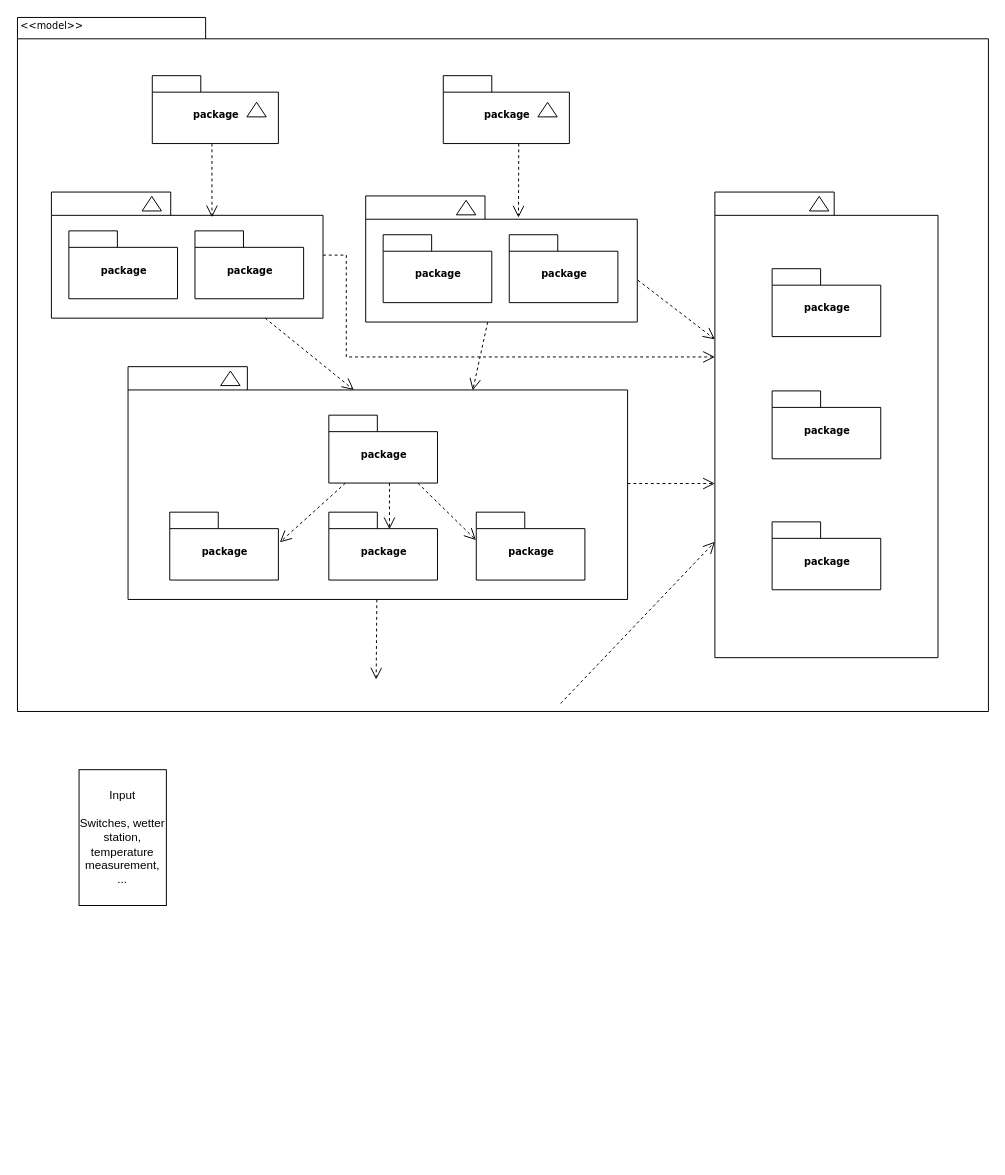
This is docs/drawio/first_try.drawio from alexkratzer/autohomestack, a draw.io file, before an edit. Source tidied: cells renumbered, new cells numbered last; positions are measured from the earlier drawing's top-left corner, leaving out a move shared by most shapes. Both pictures are drawn from the tidied source at 97%, with x=0, y=0 at pixel (16, 16). Pictures stored in the file or linked from it are replaced by grey dashed boxes.
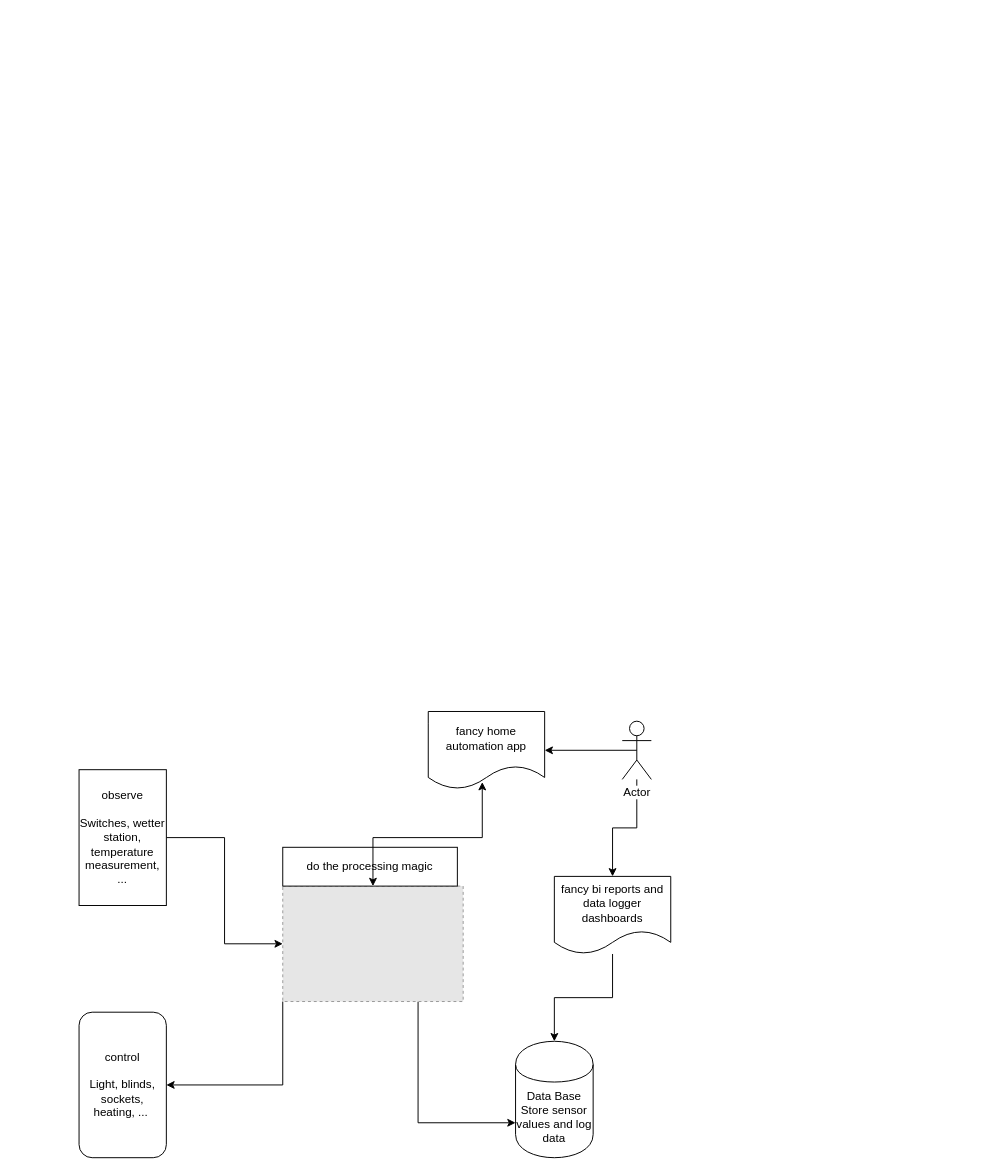
The same diagram, later.

What changed in the source:
```diff
@@
-    <mxCell id="2" style="shape=folder;fontStyle=1;spacingTop=10;tabWidth=194;tabHeight=22;tabPosition=left;html=1;rounded=0;shadow=0;comic=0;labelBackgroundColor=none;strokeWidth=1;fillColor=none;fontFamily=Verdana;fontSize=10;align=center;" parent="1" vertex="1">
-      <mxGeometry x="0.5" y="0.5" width="1001" height="715.5" as="geometry" />
-    </mxCell>
-    <mxCell id="3" style="group;" parent="1" vertex="1">
-      <mxGeometry x="139.5" y="60.5" width="130" height="70" as="geometry" />
-    </mxCell>
-    <mxCell id="4" value="package" style="shape=folder;fontStyle=1;spacingTop=10;tabWidth=50;tabHeight=17;tabPosition=left;html=1;rounded=0;shadow=0;comic=0;labelBackgroundColor=none;strokeWidth=1;fontFamily=Verdana;fontSize=10;align=center;" parent="3" vertex="1">
-      <mxGeometry width="130" height="70" as="geometry" />
-    </mxCell>
-    <mxCell id="5" style="triangle;whiteSpace=wrap;html=1;rounded=0;shadow=0;comic=0;labelBackgroundColor=none;strokeWidth=1;fontFamily=Verdana;fontSize=10;align=center;rotation=-90;" parent="3" vertex="1">
-      <mxGeometry x="100" y="25" width="15" height="20" as="geometry" />
-    </mxCell>
-    <mxCell id="6" style="group;" parent="1" vertex="1">
-      <mxGeometry x="439.5" y="60.5" width="130" height="70" as="geometry" />
-    </mxCell>
-    <mxCell id="7" value="package" style="shape=folder;fontStyle=1;spacingTop=10;tabWidth=50;tabHeight=17;tabPosition=left;html=1;rounded=0;shadow=0;comic=0;labelBackgroundColor=none;strokeWidth=1;fontFamily=Verdana;fontSize=10;align=center;" parent="6" vertex="1">
-      <mxGeometry width="130" height="70" as="geometry" />
-    </mxCell>
-    <mxCell id="8" style="triangle;whiteSpace=wrap;html=1;rounded=0;shadow=0;comic=0;labelBackgroundColor=none;strokeWidth=1;fontFamily=Verdana;fontSize=10;align=center;rotation=-90;" parent="6" vertex="1">
-      <mxGeometry x="100" y="25" width="15" height="20" as="geometry" />
-    </mxCell>
-    <mxCell id="9" style="group;" parent="1" vertex="1">
-      <mxGeometry x="35.5" y="180.5" width="280" height="130" as="geometry" />
-    </mxCell>
-    <mxCell id="10" style="shape=folder;fontStyle=1;spacingTop=10;tabWidth=123;tabHeight=24;tabPosition=left;html=1;rounded=0;shadow=0;comic=0;labelBackgroundColor=none;strokeWidth=1;fontFamily=Verdana;fontSize=10;align=center;" parent="9" vertex="1">
-      <mxGeometry width="280" height="130" as="geometry" />
-    </mxCell>
-    <mxCell id="11" style="triangle;whiteSpace=wrap;html=1;rounded=0;shadow=0;comic=0;labelBackgroundColor=none;strokeWidth=1;fontFamily=Verdana;fontSize=10;align=center;rotation=-90;" parent="9" vertex="1">
-      <mxGeometry x="96" y="2" width="15" height="20" as="geometry" />
-    </mxCell>
-    <mxCell id="12" value="package" style="shape=folder;fontStyle=1;spacingTop=10;tabWidth=50;tabHeight=17;tabPosition=left;html=1;rounded=0;shadow=0;comic=0;labelBackgroundColor=none;strokeWidth=1;fontFamily=Verdana;fontSize=10;align=center;" parent="9" vertex="1">
-      <mxGeometry x="18" y="40" width="112" height="70" as="geometry" />
-    </mxCell>
-    <mxCell id="13" value="package" style="shape=folder;fontStyle=1;spacingTop=10;tabWidth=50;tabHeight=17;tabPosition=left;html=1;rounded=0;shadow=0;comic=0;labelBackgroundColor=none;strokeWidth=1;fontFamily=Verdana;fontSize=10;align=center;" parent="9" vertex="1">
-      <mxGeometry x="148" y="40" width="112" height="70" as="geometry" />
-    </mxCell>
-    <mxCell id="14" style="group;" parent="1" vertex="1">
-      <mxGeometry x="359.5" y="184.5" width="280" height="130" as="geometry" />
-    </mxCell>
-    <mxCell id="15" style="shape=folder;fontStyle=1;spacingTop=10;tabWidth=123;tabHeight=24;tabPosition=left;html=1;rounded=0;shadow=0;comic=0;labelBackgroundColor=none;strokeWidth=1;fontFamily=Verdana;fontSize=10;align=center;" parent="14" vertex="1">
-      <mxGeometry width="280" height="130" as="geometry" />
-    </mxCell>
-    <mxCell id="16" style="triangle;whiteSpace=wrap;html=1;rounded=0;shadow=0;comic=0;labelBackgroundColor=none;strokeWidth=1;fontFamily=Verdana;fontSize=10;align=center;rotation=-90;" parent="14" vertex="1">
-      <mxGeometry x="96" y="2" width="15" height="20" as="geometry" />
-    </mxCell>
-    <mxCell id="17" value="package" style="shape=folder;fontStyle=1;spacingTop=10;tabWidth=50;tabHeight=17;tabPosition=left;html=1;rounded=0;shadow=0;comic=0;labelBackgroundColor=none;strokeWidth=1;fontFamily=Verdana;fontSize=10;align=center;" parent="14" vertex="1">
-      <mxGeometry x="18" y="40" width="112" height="70" as="geometry" />
-    </mxCell>
-    <mxCell id="18" value="package" style="shape=folder;fontStyle=1;spacingTop=10;tabWidth=50;tabHeight=17;tabPosition=left;html=1;rounded=0;shadow=0;comic=0;labelBackgroundColor=none;strokeWidth=1;fontFamily=Verdana;fontSize=10;align=center;" parent="14" vertex="1">
-      <mxGeometry x="148" y="40" width="112" height="70" as="geometry" />
-    </mxCell>
-    <mxCell id="19" style="group;" parent="1" vertex="1">
-      <mxGeometry x="719.5" y="180.5" width="230" height="480" as="geometry" />
-    </mxCell>
-    <mxCell id="20" style="group;" parent="19" vertex="1">
-      <mxGeometry width="230" height="480" as="geometry" />
-    </mxCell>
-    <mxCell id="21" style="shape=folder;fontStyle=1;spacingTop=10;tabWidth=123;tabHeight=24;tabPosition=left;html=1;rounded=0;shadow=0;comic=0;labelBackgroundColor=none;strokeWidth=1;fontFamily=Verdana;fontSize=10;align=center;" parent="20" vertex="1">
-      <mxGeometry width="230" height="480" as="geometry" />
-    </mxCell>
-    <mxCell id="22" style="triangle;whiteSpace=wrap;html=1;rounded=0;shadow=0;comic=0;labelBackgroundColor=none;strokeWidth=1;fontFamily=Verdana;fontSize=10;align=center;rotation=-90;" parent="20" vertex="1">
-      <mxGeometry x="100" y="2" width="15" height="20" as="geometry" />
-    </mxCell>
-    <mxCell id="23" value="package" style="shape=folder;fontStyle=1;spacingTop=10;tabWidth=50;tabHeight=17;tabPosition=left;html=1;rounded=0;shadow=0;comic=0;labelBackgroundColor=none;strokeWidth=1;fontFamily=Verdana;fontSize=10;align=center;" parent="20" vertex="1">
-      <mxGeometry x="59" y="79" width="112" height="70" as="geometry" />
-    </mxCell>
-    <mxCell id="24" value="package" style="shape=folder;fontStyle=1;spacingTop=10;tabWidth=50;tabHeight=17;tabPosition=left;html=1;rounded=0;shadow=0;comic=0;labelBackgroundColor=none;strokeWidth=1;fontFamily=Verdana;fontSize=10;align=center;" parent="20" vertex="1">
-      <mxGeometry x="59" y="205" width="112" height="70" as="geometry" />
-    </mxCell>
-    <mxCell id="25" value="package" style="shape=folder;fontStyle=1;spacingTop=10;tabWidth=50;tabHeight=17;tabPosition=left;html=1;rounded=0;shadow=0;comic=0;labelBackgroundColor=none;strokeWidth=1;fontFamily=Verdana;fontSize=10;align=center;" parent="20" vertex="1">
-      <mxGeometry x="59" y="340" width="112" height="70" as="geometry" />
-    </mxCell>
-    <mxCell id="26" style="edgeStyle=none;rounded=0;html=1;entryX=0.43;entryY=0.173;entryPerimeter=0;dashed=1;labelBackgroundColor=none;startFill=0;endArrow=open;endFill=0;endSize=10;fontFamily=Verdana;fontSize=10;" parent="1" edge="1" source="28">
-      <mxGeometry relative="1" as="geometry">
-        <mxPoint x="370.3" y="683" as="targetPoint" />
-      </mxGeometry>
-    </mxCell>
-    <mxCell id="27" style="edgeStyle=elbowEdgeStyle;rounded=0;html=1;dashed=1;labelBackgroundColor=none;startFill=0;endArrow=open;endFill=0;endSize=10;fontFamily=Verdana;fontSize=10;elbow=vertical;" parent="1" edge="1" source="28" target="21">
-      <mxGeometry relative="1" as="geometry" />
-    </mxCell>
-    <mxCell id="28" style="shape=folder;fontStyle=1;spacingTop=10;tabWidth=123;tabHeight=24;tabPosition=left;html=1;rounded=0;shadow=0;comic=0;labelBackgroundColor=none;strokeColor=#000000;strokeWidth=1;fillColor=#ffffff;fontFamily=Verdana;fontSize=10;fontColor=#000000;align=center;" parent="1" vertex="1">
-      <mxGeometry x="114.5" y="360.5" width="515" height="240" as="geometry" />
-    </mxCell>
-    <mxCell id="29" style="edgeStyle=elbowEdgeStyle;rounded=0;html=1;entryX=0.559;entryY=0.251;entryPerimeter=0;dashed=1;labelBackgroundColor=none;startFill=0;endArrow=open;endFill=0;endSize=10;fontFamily=Verdana;fontSize=10;" parent="1" edge="1" source="32" target="34">
-      <mxGeometry relative="1" as="geometry" />
-    </mxCell>
-    <mxCell id="30" style="edgeStyle=none;rounded=0;html=1;dashed=1;labelBackgroundColor=none;startFill=0;endArrow=open;endFill=0;endSize=10;fontFamily=Verdana;fontSize=10;entryX=-0.003;entryY=0.411;entryPerimeter=0;" parent="1" edge="1" source="32" target="35">
-      <mxGeometry relative="1" as="geometry" />
-    </mxCell>
-    <mxCell id="31" style="edgeStyle=none;rounded=0;html=1;dashed=1;labelBackgroundColor=none;startFill=0;endArrow=open;endFill=0;endSize=10;fontFamily=Verdana;fontSize=10;entryX=1.013;entryY=0.444;entryPerimeter=0;" parent="1" edge="1" source="32" target="33">
-      <mxGeometry relative="1" as="geometry" />
-    </mxCell>
-    <mxCell id="32" value="package" style="shape=folder;fontStyle=1;spacingTop=10;tabWidth=50;tabHeight=17;tabPosition=left;html=1;rounded=0;shadow=0;comic=0;labelBackgroundColor=none;strokeColor=#000000;strokeWidth=1;fillColor=#ffffff;fontFamily=Verdana;fontSize=10;fontColor=#000000;align=center;" parent="1" vertex="1">
-      <mxGeometry x="321.5" y="410.5" width="112" height="70" as="geometry" />
-    </mxCell>
-    <mxCell id="33" value="package" style="shape=folder;fontStyle=1;spacingTop=10;tabWidth=50;tabHeight=17;tabPosition=left;html=1;rounded=0;shadow=0;comic=0;labelBackgroundColor=none;strokeColor=#000000;strokeWidth=1;fillColor=#ffffff;fontFamily=Verdana;fontSize=10;fontColor=#000000;align=center;" parent="1" vertex="1">
-      <mxGeometry x="157.5" y="510.5" width="112" height="70" as="geometry" />
-    </mxCell>
-    <mxCell id="34" value="package" style="shape=folder;fontStyle=1;spacingTop=10;tabWidth=50;tabHeight=17;tabPosition=left;html=1;rounded=0;shadow=0;comic=0;labelBackgroundColor=none;strokeColor=#000000;strokeWidth=1;fillColor=#ffffff;fontFamily=Verdana;fontSize=10;fontColor=#000000;align=center;" parent="1" vertex="1">
-      <mxGeometry x="321.5" y="510.5" width="112" height="70" as="geometry" />
-    </mxCell>
-    <mxCell id="35" value="package" style="shape=folder;fontStyle=1;spacingTop=10;tabWidth=50;tabHeight=17;tabPosition=left;html=1;rounded=0;shadow=0;comic=0;labelBackgroundColor=none;strokeColor=#000000;strokeWidth=1;fillColor=#ffffff;fontFamily=Verdana;fontSize=10;fontColor=#000000;align=center;" parent="1" vertex="1">
-      <mxGeometry x="473.5" y="510.5" width="112" height="70" as="geometry" />
-    </mxCell>
-    <mxCell id="36" style="edgeStyle=none;rounded=0;html=1;dashed=1;labelBackgroundColor=none;startFill=0;endArrow=open;endFill=0;endSize=10;fontFamily=Verdana;fontSize=10;exitX=1.003;exitY=0.363;exitPerimeter=0;" parent="1" edge="1" target="21">
-      <mxGeometry relative="1" as="geometry">
-        <mxPoint x="560.5" y="707.7" as="sourcePoint" />
-      </mxGeometry>
-    </mxCell>
-    <mxCell id="37" style="triangle;whiteSpace=wrap;html=1;rounded=0;shadow=0;comic=0;labelBackgroundColor=none;strokeColor=#000000;strokeWidth=1;fillColor=#ffffff;fontFamily=Verdana;fontSize=10;fontColor=#000000;align=center;rotation=-90;" parent="1" vertex="1">
-      <mxGeometry x="212.5" y="362.5" width="15" height="20" as="geometry" />
-    </mxCell>
-    <mxCell id="38" style="rounded=0;html=1;dashed=1;labelBackgroundColor=none;startFill=0;endArrow=open;endFill=0;endSize=10;fontFamily=Verdana;fontSize=10;entryX=0.592;entryY=0.2;entryPerimeter=0;edgeStyle=elbowEdgeStyle;" parent="1" edge="1" source="4" target="10">
-      <mxGeometry relative="1" as="geometry" />
-    </mxCell>
-    <mxCell id="39" style="rounded=0;html=1;dashed=1;labelBackgroundColor=none;startFill=0;endArrow=open;endFill=0;endSize=10;fontFamily=Verdana;fontSize=10;entryX=0.592;entryY=0.2;entryPerimeter=0;edgeStyle=elbowEdgeStyle;" parent="1" edge="1">
-      <mxGeometry relative="1" as="geometry">
-        <mxPoint x="517.3" y="130.5" as="sourcePoint" />
-        <mxPoint x="517.3" y="206.8" as="targetPoint" />
-      </mxGeometry>
-    </mxCell>
-    <mxCell id="40" style="rounded=0;html=1;entryX=0.452;entryY=0.1;entryPerimeter=0;dashed=1;labelBackgroundColor=none;startFill=0;endArrow=open;endFill=0;endSize=10;fontFamily=Verdana;fontSize=10;" parent="1" edge="1" source="10" target="28">
-      <mxGeometry relative="1" as="geometry" />
-    </mxCell>
-    <mxCell id="41" style="edgeStyle=none;rounded=0;html=1;entryX=0.69;entryY=0.102;entryPerimeter=0;dashed=1;labelBackgroundColor=none;startFill=0;endArrow=open;endFill=0;endSize=10;fontFamily=Verdana;fontSize=10;" parent="1" edge="1" source="15" target="28">
-      <mxGeometry relative="1" as="geometry" />
-    </mxCell>
-    <mxCell id="42" style="edgeStyle=none;rounded=0;html=1;dashed=1;labelBackgroundColor=none;startFill=0;endArrow=open;endFill=0;endSize=10;fontFamily=Verdana;fontSize=10;exitX=1.002;exitY=0.668;exitPerimeter=0;" parent="1" edge="1" source="15" target="21">
-      <mxGeometry relative="1" as="geometry" />
-    </mxCell>
-    <mxCell id="43" style="edgeStyle=orthogonalEdgeStyle;rounded=0;html=1;dashed=1;labelBackgroundColor=none;startFill=0;endArrow=open;endFill=0;endSize=10;fontFamily=Verdana;fontSize=10;" parent="1" edge="1" source="10" target="21">
-      <mxGeometry relative="1" as="geometry">
-        <Array as="points">
-          <mxPoint x="339.5" y="245.5" />
-          <mxPoint x="339.5" y="350.5" />
-        </Array>
-      </mxGeometry>
-    </mxCell>
-    <mxCell id="44" value="&amp;lt;&amp;lt;model&amp;gt;&amp;gt;" style="text;html=1;align=left;verticalAlign=top;spacingTop=-4;fontSize=10;fontFamily=Verdana;" parent="1" vertex="1">
-      <mxGeometry x="1.5" y="0.5" width="130" height="20" as="geometry" />
-    </mxCell>
+    <mxCell id="46" style="edgeStyle=orthogonalEdgeStyle;rounded=0;jettySize=auto;html=1;" parent="1" edge="1" source="45" target="49">
+      <mxGeometry relative="1" as="geometry" />
+    </mxCell>
-    <mxCell id="45" value="Input&lt;br&gt;&lt;br&gt;Switches, wetter station, temperature measurement, ..." style="rounded=0;whiteSpace=wrap;html=1;" parent="1" vertex="1">
+    <mxCell id="45" value="observe&lt;br&gt;&lt;br&gt;Switches, wetter station, temperature measurement, ..." style="rounded=0;whiteSpace=wrap;html=1;" parent="1" vertex="1">
       <mxGeometry x="64" y="776" width="90" height="140" as="geometry" />
     </mxCell>
+    <mxCell id="47" style="edgeStyle=orthogonalEdgeStyle;rounded=0;jettySize=auto;html=1;exitX=0.75;exitY=1;exitDx=0;exitDy=0;entryX=0;entryY=0.7;entryDx=0;entryDy=0;" parent="1" edge="1" source="49" target="50">
+      <mxGeometry relative="1" as="geometry" />
+    </mxCell>
+    <mxCell id="48" style="edgeStyle=orthogonalEdgeStyle;rounded=0;jettySize=auto;html=1;exitX=0;exitY=1;exitDx=0;exitDy=0;entryX=1;entryY=0.5;entryDx=0;entryDy=0;" parent="1" edge="1" source="49" target="55">
+      <mxGeometry relative="1" as="geometry" />
+    </mxCell>
+    <mxCell id="49" style="fillColor=#E6E6E6;strokeColor=#999999;dashed=1;verticalLabelPosition=bottom;verticalAlign=top;" parent="1" vertex="1">
+      <mxGeometry x="274" y="896" width="186" height="119" as="geometry" />
+    </mxCell>
+    <mxCell id="50" value="Data Base&lt;br&gt;Store sensor values and log data" style="shape=cylinder;whiteSpace=wrap;html=1;boundedLbl=1;backgroundOutline=1;" parent="1" vertex="1">
+      <mxGeometry x="514" y="1056" width="80" height="120" as="geometry" />
+    </mxCell>
+    <mxCell id="51" style="edgeStyle=orthogonalEdgeStyle;rounded=0;jettySize=auto;html=1;exitX=0.5;exitY=0.5;exitDx=0;exitDy=0;exitPerimeter=0;" parent="1" edge="1" source="53" target="57">
+      <mxGeometry relative="1" as="geometry" />
+    </mxCell>
+    <mxCell id="52" style="edgeStyle=orthogonalEdgeStyle;rounded=0;jettySize=auto;html=1;" parent="1" edge="1" source="53" target="59">
+      <mxGeometry relative="1" as="geometry" />
+    </mxCell>
+    <mxCell id="53" value="Actor" style="shape=umlActor;verticalLabelPosition=bottom;labelBackgroundColor=#ffffff;verticalAlign=top;html=1;outlineConnect=0;" parent="1" vertex="1">
+      <mxGeometry x="624" y="726" width="30" height="60" as="geometry" />
+    </mxCell>
+    <mxCell id="54" value="do the processing magic" style="rounded=0;whiteSpace=wrap;html=1;" parent="1" vertex="1">
+      <mxGeometry x="274" y="856" width="180" height="40" as="geometry" />
+    </mxCell>
+    <mxCell id="55" value="control&lt;br&gt;&lt;br&gt;Light, blinds, sockets, heating, ...&amp;nbsp;" style="rounded=1;whiteSpace=wrap;html=1;" parent="1" vertex="1">
+      <mxGeometry x="64" y="1026" width="90" height="150" as="geometry" />
+    </mxCell>
+    <mxCell id="56" style="edgeStyle=orthogonalEdgeStyle;rounded=0;jettySize=auto;html=1;exitX=0.464;exitY=0.91;exitDx=0;exitDy=0;exitPerimeter=0;startArrow=classic;startFill=1;" parent="1" edge="1" source="57" target="49">
+      <mxGeometry relative="1" as="geometry" />
+    </mxCell>
+    <mxCell id="57" value="fancy home automation app" style="shape=document;whiteSpace=wrap;html=1;boundedLbl=1;" parent="1" vertex="1">
+      <mxGeometry x="424" y="716" width="120" height="80" as="geometry" />
+    </mxCell>
+    <mxCell id="58" style="edgeStyle=orthogonalEdgeStyle;rounded=0;jettySize=auto;html=1;" parent="1" edge="1" source="59" target="50">
+      <mxGeometry relative="1" as="geometry" />
+    </mxCell>
+    <mxCell id="59" value="fancy bi&amp;nbsp;reports and data logger dashboards" style="shape=document;whiteSpace=wrap;html=1;boundedLbl=1;" parent="1" vertex="1">
+      <mxGeometry x="554" y="886" width="120" height="80" as="geometry" />
+    </mxCell>
```
